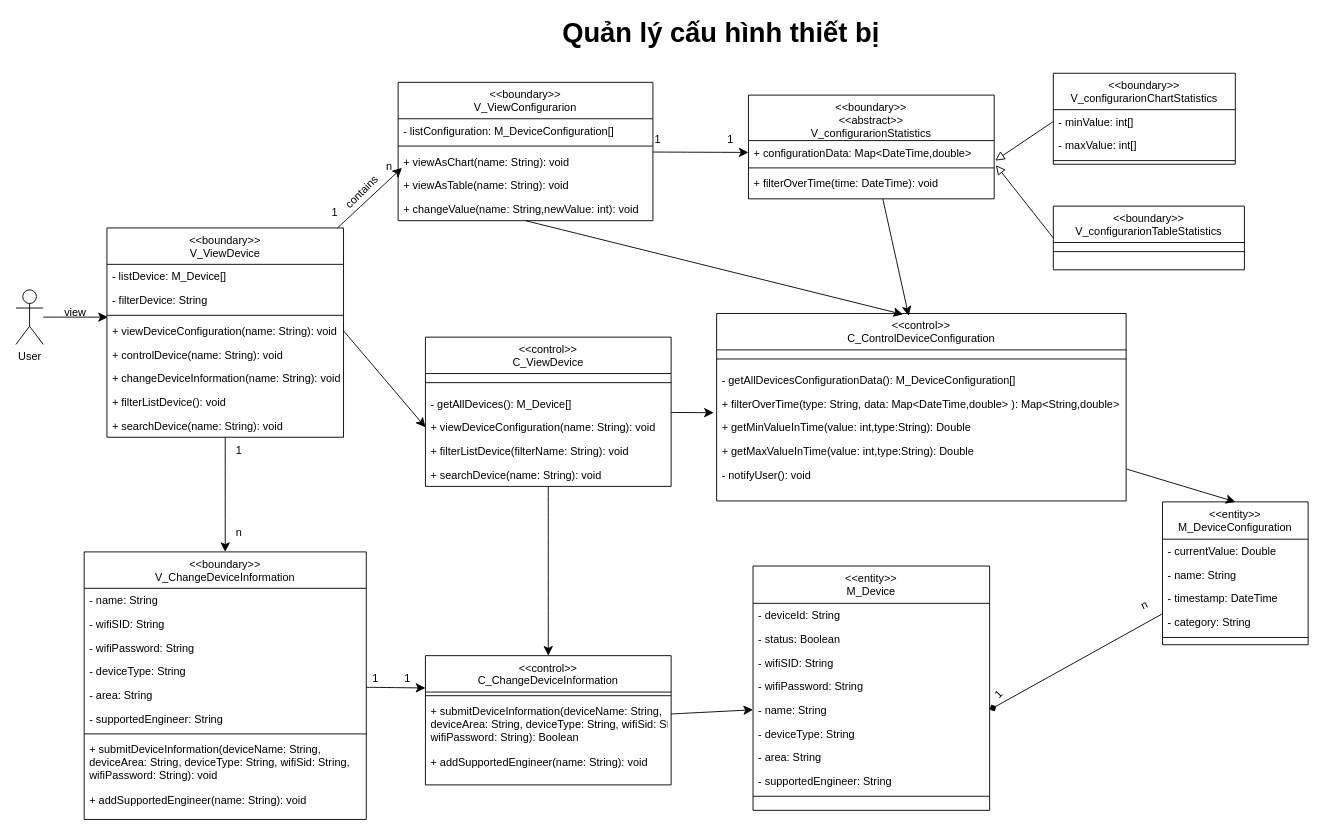
cuongceg/BTL-IT3120 keeps this draw.io diagram as Class diagram/device_configuration_management_class.drawio. Above is the earlier version. Source tidied: cells renumbered, new cells numbered last; positions are measured from the earlier drawing's top-left corner, leaving out a move shared by most shapes. Both pictures are drawn from the tidied source at 91%, with x=0, y=0 at pixel (15, 18).
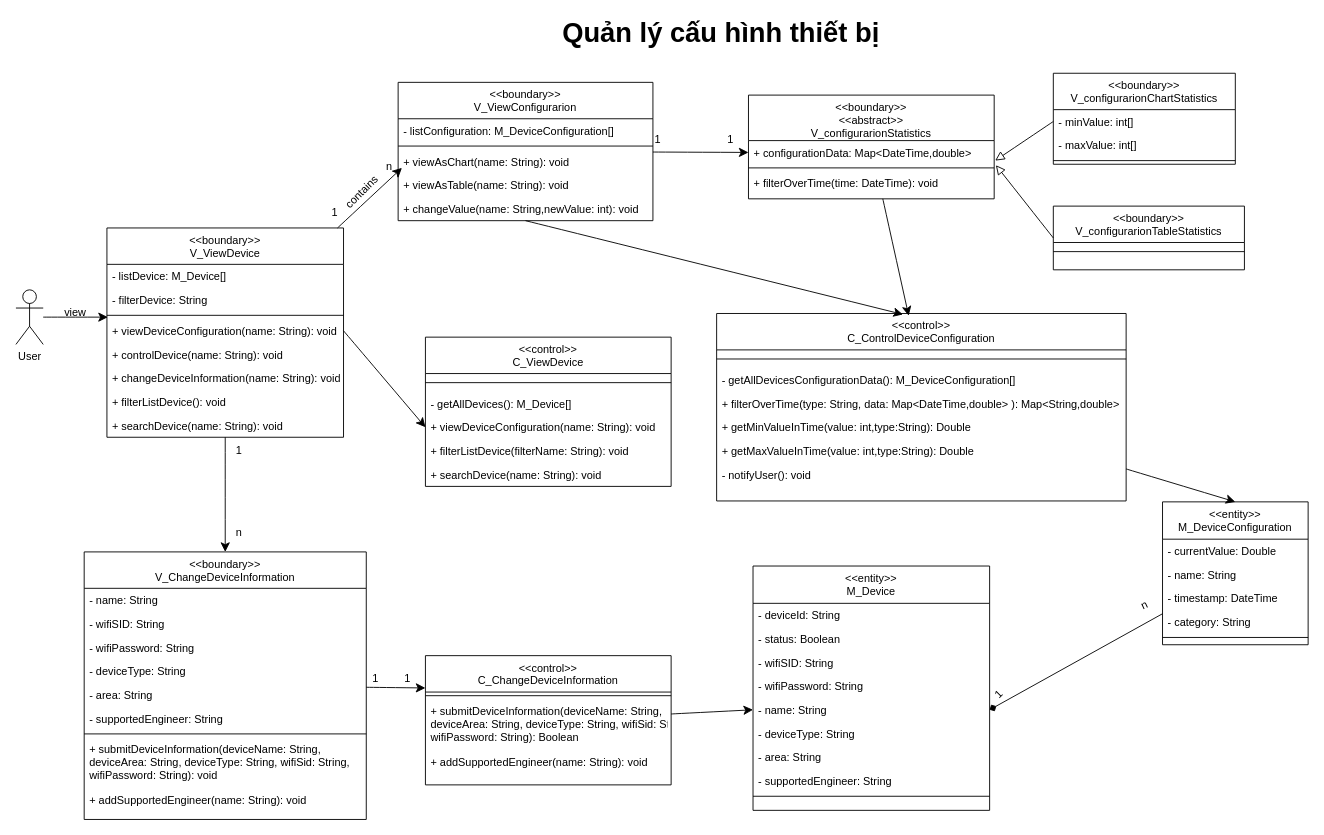
Above is the later version.

Commit message:
refactor: remove relation between two control class

Unchanged cells that the change refers to:
```xml
<mxCell id="39" value="&lt;&lt;control&gt;&gt;&#10;C_ViewDevice&#10;&#10;" style="swimlane;fontStyle=0;align=center;verticalAlign=top;horizontal=1;startSize=40;rounded=0;shadow=0;strokeWidth=1;" parent="1" vertex="1">
  <mxGeometry x="450" y="350" width="270" height="164" as="geometry" />
</mxCell>
<mxCell id="61" value="+ filterOverTime(type: String, data: Map&lt;DateTime,double&gt; ): Map&lt;String,double&gt;" style="text;align=left;verticalAlign=top;spacingLeft=4;spacingRight=4;overflow=hidden;points=[[0,0.5],[1,0.5]];portConstraint=eastwest;" parent="58" vertex="1">
  <mxGeometry y="86" width="450" height="26" as="geometry" />
</mxCell>
<mxCell id="80" value="&lt;&lt;control&gt;&gt;&#10;C_ChangeDeviceInformation&#10;&#10;" style="swimlane;fontStyle=0;align=center;verticalAlign=top;horizontal=1;startSize=40;rounded=0;shadow=0;strokeWidth=1;" parent="1" vertex="1">
  <mxGeometry x="450" y="700" width="270" height="142" as="geometry" />
</mxCell>
```

Diff of the diagram source:
```diff
@@
-    <mxCell id="38" style="edgeStyle=none;curved=1;rounded=0;jettySize=auto;html=1;entryX=0.5;entryY=0;entryDx=0;entryDy=0;fontSize=12;startSize=8;endSize=8;" parent="1" edge="1" source="39" target="80">
-      <mxGeometry relative="1" as="geometry" />
-    </mxCell>
@@
-    <mxCell id="85" style="edgeStyle=none;curved=1;rounded=0;jettySize=auto;html=1;entryX=-0.007;entryY=0.885;entryDx=0;entryDy=0;entryPerimeter=0;fontSize=12;startSize=8;endSize=8;" parent="1" edge="1" source="39" target="61">
-      <mxGeometry relative="1" as="geometry" />
-    </mxCell>
```
